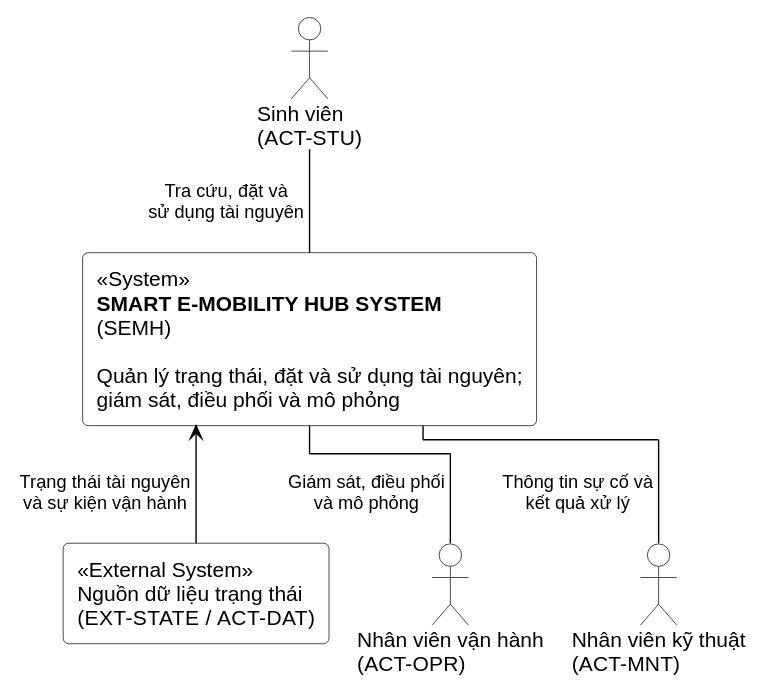
Before: docs/phase-1/diagrams/plantuml/output/system-context.svg, a diagram exported from PlantUML (tranbaoanh21/software-engineering-assignment). Source of this version:
```plantuml
@startuml
!pragma layout elk
left to right direction

skinparam backgroundColor white
skinparam shadowing false
skinparam defaultFontName Arial
skinparam defaultFontSize 15
skinparam ArrowColor black
skinparam ArrowFontColor black
skinparam ArrowFontSize 13
skinparam linetype ortho

skinparam actor {
  BackgroundColor white
  BorderColor black
  FontColor black
}

skinparam rectangle {
  BackgroundColor white
  BorderColor black
  FontColor black
  RoundCorner 8
}

actor "Sinh viên\n(ACT-STU)" as ACT_STU
actor "Nhân viên vận hành\n(ACT-OPR)" as ACT_OPR
actor "Nhân viên kỹ thuật\n(ACT-MNT)" as ACT_MNT

rectangle "<<System>>\n**SMART E-MOBILITY HUB SYSTEM**\n(SEMH)\n\nQuản lý trạng thái, đặt và sử dụng tài nguyên;\ngiám sát, điều phối và mô phỏng" as SEMH

rectangle "<<External System>>\nNguồn dữ liệu trạng thái\n(EXT-STATE / ACT-DAT)" as EXT_STATE

ACT_STU -right- SEMH : Tra cứu, đặt và\nsử dụng tài nguyên
SEMH -right- ACT_OPR : Giám sát, điều phối\nvà mô phỏng
SEMH -right- ACT_MNT : Thông tin sự cố và\nkết quả xử lý
EXT_STATE -up-> SEMH : Trạng thái tài nguyên\nvà sự kiện vận hành
@enduml
```
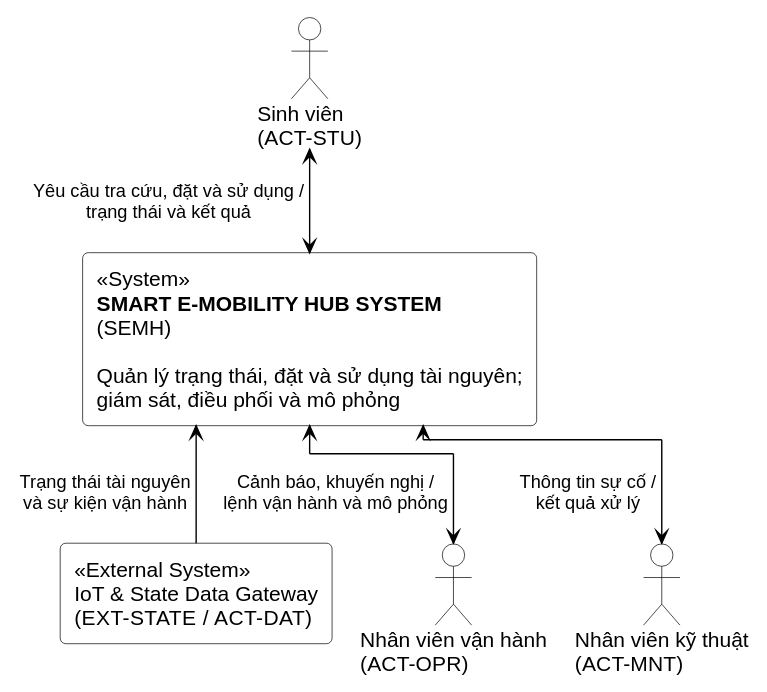
Above is the later version.

Diff of the diagram source:
```diff
@@ -30,10 +30,10 @@
 
 rectangle "<<System>>\n**SMART E-MOBILITY HUB SYSTEM**\n(SEMH)\n\nQuản lý trạng thái, đặt và sử dụng tài nguyên;\ngiám sát, điều phối và mô phỏng" as SEMH
 
-rectangle "<<External System>>\nNguồn dữ liệu trạng thái\n(EXT-STATE / ACT-DAT)" as EXT_STATE
+rectangle "<<External System>>\nIoT & State Data Gateway\n(EXT-STATE / ACT-DAT)" as EXT_STATE
 
-ACT_STU -right- SEMH : Tra cứu, đặt và\nsử dụng tài nguyên
-SEMH -right- ACT_OPR : Giám sát, điều phối\nvà mô phỏng
-SEMH -right- ACT_MNT : Thông tin sự cố và\nkết quả xử lý
+ACT_STU <-right-> SEMH : Yêu cầu tra cứu, đặt và sử dụng /\ntrạng thái và kết quả
+SEMH <-right-> ACT_OPR : Cảnh báo, khuyến nghị /\nlệnh vận hành và mô phỏng
+SEMH <-right-> ACT_MNT : Thông tin sự cố /\nkết quả xử lý
 EXT_STATE -up-> SEMH : Trạng thái tài nguyên\nvà sự kiện vận hành
 @enduml
```
